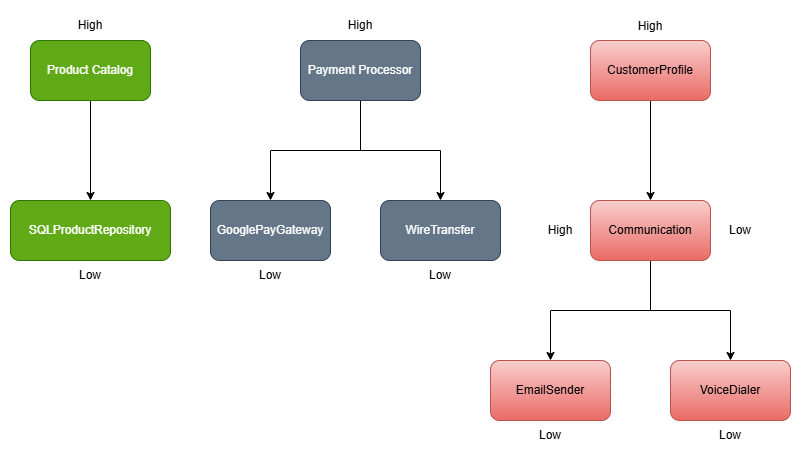
Imran4424/Software-Architecture keeps this draw.io diagram as E-CommerceDiagram.png. Above is the earlier version. Source tidied: cells renumbered, new cells last; positions are measured from the earlier drawing's top-left corner, leaving out a move shared by most shapes.
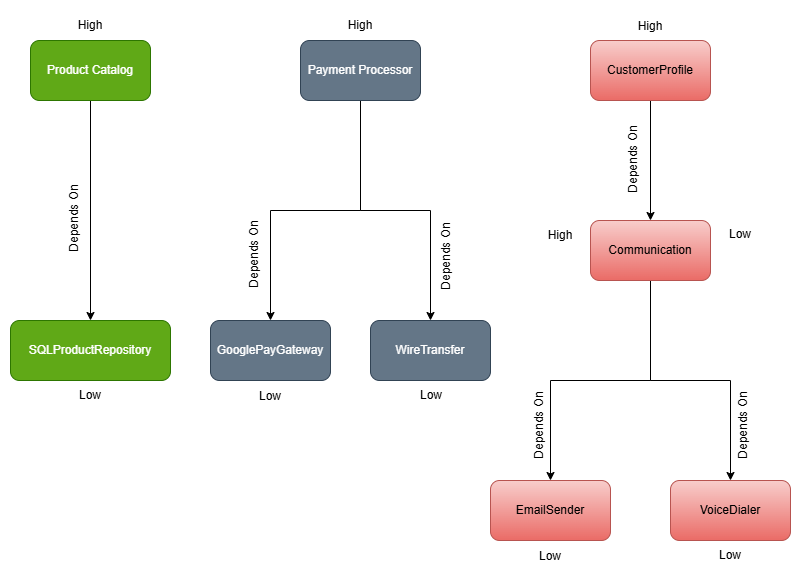
Later version of the same file.

Change to the diagram source:
```diff
@@ -9,7 +9,7 @@
       <mxGeometry x="20" y="30" width="120" height="60" as="geometry" />
     </mxCell>
     <mxCell id="4" value="SQLProductRepository" style="rounded=1;whiteSpace=wrap;html=1;fillColor=#60a917;fontColor=#ffffff;strokeColor=#2D7600;" parent="1" vertex="1">
-      <mxGeometry y="190" width="160" height="60" as="geometry" />
+      <mxGeometry y="310" width="160" height="60" as="geometry" />
     </mxCell>
     <mxCell id="5" style="edgeStyle=orthogonalEdgeStyle;rounded=0;jettySize=auto;html=1;entryX=0.5;entryY=0;entryDx=0;entryDy=0;" parent="1" edge="1" source="7" target="8">
       <mxGeometry relative="1" as="geometry" />
@@ -21,10 +21,10 @@
       <mxGeometry x="290" y="30" width="120" height="60" as="geometry" />
     </mxCell>
     <mxCell id="8" value="GooglePayGateway" style="rounded=1;whiteSpace=wrap;html=1;fillColor=#647687;fontColor=#ffffff;strokeColor=#314354;" parent="1" vertex="1">
-      <mxGeometry x="200" y="190" width="120" height="60" as="geometry" />
+      <mxGeometry x="200" y="310" width="120" height="60" as="geometry" />
     </mxCell>
     <mxCell id="9" value="WireTransfer" style="rounded=1;whiteSpace=wrap;html=1;fillColor=#647687;fontColor=#ffffff;strokeColor=#314354;" parent="1" vertex="1">
-      <mxGeometry x="370" y="190" width="120" height="60" as="geometry" />
+      <mxGeometry x="360" y="310" width="120" height="60" as="geometry" />
     </mxCell>
     <mxCell id="10" style="edgeStyle=orthogonalEdgeStyle;rounded=0;jettySize=auto;html=1;entryX=0.5;entryY=0;entryDx=0;entryDy=0;" parent="1" edge="1" source="11" target="14">
       <mxGeometry relative="1" as="geometry" />
@@ -39,13 +39,13 @@
       <mxGeometry relative="1" as="geometry" />
     </mxCell>
     <mxCell id="14" value="Communication" style="rounded=1;whiteSpace=wrap;html=1;fillColor=#f8cecc;gradientColor=#ea6b66;strokeColor=#b85450;" parent="1" vertex="1">
-      <mxGeometry x="580" y="190" width="120" height="60" as="geometry" />
+      <mxGeometry x="580" y="210" width="120" height="60" as="geometry" />
     </mxCell>
     <mxCell id="15" value="EmailSender" style="rounded=1;whiteSpace=wrap;html=1;fillColor=#f8cecc;gradientColor=#ea6b66;strokeColor=#b85450;" parent="1" vertex="1">
-      <mxGeometry x="480" y="350" width="120" height="60" as="geometry" />
+      <mxGeometry x="480" y="470" width="120" height="60" as="geometry" />
     </mxCell>
     <mxCell id="16" value="VoiceDialer" style="rounded=1;whiteSpace=wrap;html=1;fillColor=#f8cecc;gradientColor=#ea6b66;strokeColor=#b85450;" parent="1" vertex="1">
-      <mxGeometry x="660" y="350" width="120" height="60" as="geometry" />
+      <mxGeometry x="660" y="470" width="120" height="60" as="geometry" />
     </mxCell>
     <mxCell id="17" value="High" style="text;html=1;whiteSpace=wrap;strokeColor=none;fillColor=none;align=center;verticalAlign=middle;rounded=0;" parent="1" vertex="1">
       <mxGeometry x="50" width="60" height="30" as="geometry" />
@@ -57,25 +57,43 @@
       <mxGeometry x="610" y="1" width="60" height="30" as="geometry" />
     </mxCell>
     <mxCell id="20" value="Low" style="text;html=1;whiteSpace=wrap;strokeColor=none;fillColor=none;align=center;verticalAlign=middle;rounded=0;" parent="1" vertex="1">
-      <mxGeometry x="50" y="250" width="60" height="30" as="geometry" />
+      <mxGeometry x="50" y="370" width="60" height="30" as="geometry" />
     </mxCell>
     <mxCell id="21" value="Low" style="text;html=1;whiteSpace=wrap;strokeColor=none;fillColor=none;align=center;verticalAlign=middle;rounded=0;" parent="1" vertex="1">
-      <mxGeometry x="230" y="250" width="60" height="30" as="geometry" />
+      <mxGeometry x="230" y="371" width="60" height="30" as="geometry" />
     </mxCell>
     <mxCell id="22" value="Low" style="text;html=1;whiteSpace=wrap;strokeColor=none;fillColor=none;align=center;verticalAlign=middle;rounded=0;" parent="1" vertex="1">
-      <mxGeometry x="400" y="250" width="60" height="30" as="geometry" />
+      <mxGeometry x="391" y="370" width="60" height="30" as="geometry" />
     </mxCell>
     <mxCell id="23" value="Low" style="text;html=1;whiteSpace=wrap;strokeColor=none;fillColor=none;align=center;verticalAlign=middle;rounded=0;" parent="1" vertex="1">
-      <mxGeometry x="510" y="410" width="60" height="30" as="geometry" />
+      <mxGeometry x="510" y="531" width="60" height="30" as="geometry" />
     </mxCell>
     <mxCell id="24" value="Low" style="text;html=1;whiteSpace=wrap;strokeColor=none;fillColor=none;align=center;verticalAlign=middle;rounded=0;" parent="1" vertex="1">
-      <mxGeometry x="690" y="410" width="60" height="30" as="geometry" />
+      <mxGeometry x="690" y="530" width="60" height="30" as="geometry" />
     </mxCell>
     <mxCell id="25" value="Low" style="text;html=1;whiteSpace=wrap;strokeColor=none;fillColor=none;align=center;verticalAlign=middle;rounded=0;" parent="1" vertex="1">
-      <mxGeometry x="700" y="205" width="60" height="30" as="geometry" />
+      <mxGeometry x="700" y="209" width="60" height="30" as="geometry" />
     </mxCell>
     <mxCell id="26" value="High" style="text;html=1;whiteSpace=wrap;strokeColor=none;fillColor=none;align=center;verticalAlign=middle;rounded=0;" parent="1" vertex="1">
-      <mxGeometry x="520" y="205" width="60" height="30" as="geometry" />
+      <mxGeometry x="520" y="210" width="60" height="30" as="geometry" />
     </mxCell>
+    <mxCell id="27" value="Depends On" style="text;html=1;whiteSpace=wrap;strokeColor=none;fillColor=none;align=center;verticalAlign=middle;rounded=0;rotation=-90;" parent="1" vertex="1">
+      <mxGeometry x="19" y="193" width="90" height="30" as="geometry" />
+    </mxCell>
+    <mxCell id="28" value="Depends On" style="text;html=1;whiteSpace=wrap;strokeColor=none;fillColor=none;align=center;verticalAlign=middle;rounded=0;rotation=-90;" parent="1" vertex="1">
+      <mxGeometry x="199" y="229" width="90" height="30" as="geometry" />
+    </mxCell>
+    <mxCell id="29" value="Depends On" style="text;html=1;whiteSpace=wrap;strokeColor=none;fillColor=none;align=center;verticalAlign=middle;rounded=0;rotation=-90;" parent="1" vertex="1">
+      <mxGeometry x="391" y="231" width="90" height="30" as="geometry" />
+    </mxCell>
+    <mxCell id="30" value="Depends On" style="text;html=1;whiteSpace=wrap;strokeColor=none;fillColor=none;align=center;verticalAlign=middle;rounded=0;rotation=-90;" parent="1" vertex="1">
+      <mxGeometry x="578" y="134" width="90" height="30" as="geometry" />
+    </mxCell>
+    <mxCell id="31" value="Depends On" style="text;html=1;whiteSpace=wrap;strokeColor=none;fillColor=none;align=center;verticalAlign=middle;rounded=0;rotation=-90;" parent="1" vertex="1">
+      <mxGeometry x="484" y="400" width="90" height="30" as="geometry" />
+    </mxCell>
+    <mxCell id="32" value="Depends On" style="text;html=1;whiteSpace=wrap;strokeColor=none;fillColor=none;align=center;verticalAlign=middle;rounded=0;rotation=-90;" parent="1" vertex="1">
+      <mxGeometry x="688" y="400" width="90" height="30" as="geometry" />
+    </mxCell>
   </root>
 </mxGraphModel>
```
